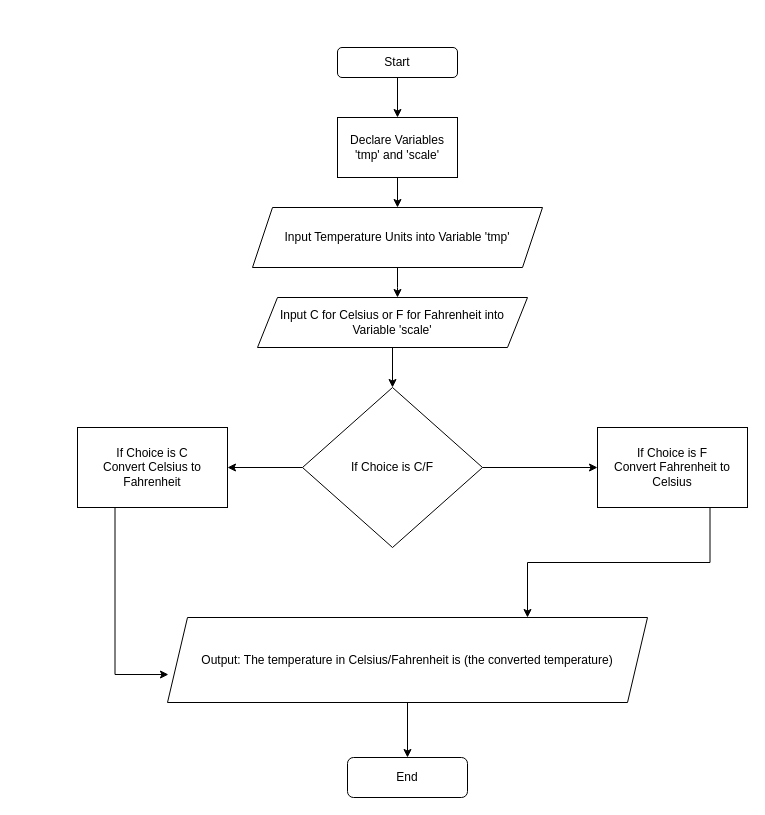
This is .drawio from anzonathan/C, a draw.io file, before an edit. Source tidied: cells renumbered, new cells numbered last; positions are measured from the earlier drawing's top-left corner, leaving out a move shared by most shapes. Both pictures are drawn from the tidied source at 100%, with x=0, y=0 at pixel (77, 47).
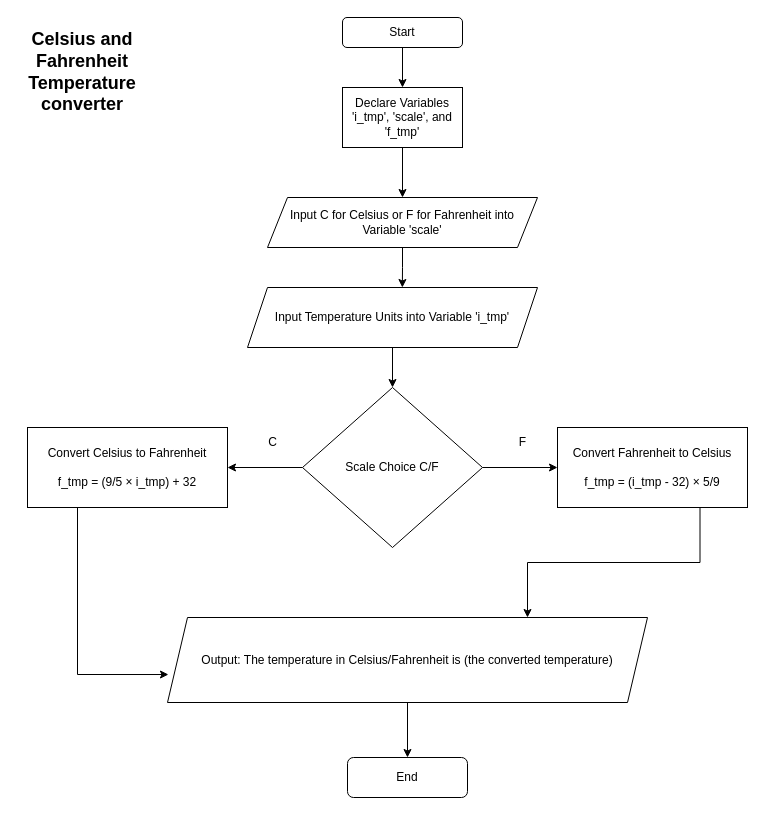
After the change.

Commit message:
Temp Converter.drawio

Diff of the diagram source:
```diff
@@
     <mxCell id="3" value="Start" style="rounded=1;whiteSpace=wrap;html=1;" parent="1" vertex="1">
-      <mxGeometry x="260" width="120" height="30" as="geometry" />
+      <mxGeometry x="265" y="-30" width="120" height="30" as="geometry" />
     </mxCell>
@@
+    <mxCell id="20" style="edgeStyle=orthogonalEdgeStyle;rounded=0;jettySize=auto;html=1;entryX=0.5;entryY=0;entryDx=0;entryDy=0;" parent="1" edge="1" source="5" target="10">
+      <mxGeometry relative="1" as="geometry" />
+    </mxCell>
-    <mxCell id="5" value="Input Temperature Units into Variable 'tmp' " style="shape=parallelogram;perimeter=parallelogramPerimeter;whiteSpace=wrap;html=1;fixedSize=1;" parent="1" vertex="1">
-      <mxGeometry x="175" y="160" width="290" height="60" as="geometry" />
+    <mxCell id="5" value="Input Temperature Units into Variable 'i_tmp' " style="shape=parallelogram;perimeter=parallelogramPerimeter;whiteSpace=wrap;html=1;fixedSize=1;" parent="1" vertex="1">
+      <mxGeometry x="170" y="240" width="290" height="60" as="geometry" />
     </mxCell>
-    <mxCell id="6" style="edgeStyle=orthogonalEdgeStyle;rounded=0;jettySize=auto;html=1;entryX=0.5;entryY=0;entryDx=0;entryDy=0;" parent="1" edge="1" source="7" target="10">
-      <mxGeometry relative="1" as="geometry" />
-    </mxCell>
     <mxCell id="7" value="Input C for Celsius or F for Fahrenheit into Variable 'scale' " style="shape=parallelogram;perimeter=parallelogramPerimeter;whiteSpace=wrap;html=1;fixedSize=1;" parent="1" vertex="1">
-      <mxGeometry x="180" y="250" width="270" height="50" as="geometry" />
+      <mxGeometry x="190" y="150" width="270" height="50" as="geometry" />
     </mxCell>
@@
-    <mxCell id="10" value="If Choice is C/F" style="rhombus;whiteSpace=wrap;html=1;" parent="1" vertex="1">
+    <mxCell id="10" value="Scale Choice C/F" style="rhombus;whiteSpace=wrap;html=1;" parent="1" vertex="1">
       <mxGeometry x="225" y="340" width="180" height="160" as="geometry" />
     </mxCell>
@@
-    <mxCell id="12" value="&lt;div&gt;If Choice is C&lt;/div&gt;&lt;div&gt;Convert Celsius to Fahrenheit&lt;br&gt;&lt;/div&gt;" style="rounded=0;whiteSpace=wrap;html=1;" parent="1" vertex="1">
-      <mxGeometry y="380" width="150" height="80" as="geometry" />
+    <mxCell id="12" value="&lt;div&gt;Convert Celsius to Fahrenheit&lt;/div&gt;&lt;div&gt;&lt;br&gt;&lt;/div&gt;&lt;div&gt;&lt;span lang=&quot;en&quot; class=&quot;BxUVEf ILfuVd&quot;&gt;&lt;span class=&quot;hgKElc&quot;&gt;f_tmp = (9/5 × i_tmp) + 32&lt;/span&gt;&lt;/span&gt;&lt;/div&gt;" style="rounded=0;whiteSpace=wrap;html=1;" parent="1" vertex="1">
+      <mxGeometry x="-50" y="380" width="200" height="80" as="geometry" />
     </mxCell>
@@
-    <mxCell id="14" value="&lt;div&gt;If Choice is F&lt;br&gt;&lt;/div&gt;&lt;div&gt;Convert Fahrenheit to Celsius&lt;br&gt;&lt;/div&gt;" style="rounded=0;whiteSpace=wrap;html=1;" parent="1" vertex="1">
-      <mxGeometry x="520" y="380" width="150" height="80" as="geometry" />
+    <mxCell id="14" value="&lt;div&gt;Convert Fahrenheit to Celsius&lt;/div&gt;&lt;div&gt;&lt;br&gt;&lt;/div&gt;&lt;div&gt;f_tmp = (i_tmp - 32) × 5/9&lt;/div&gt;" style="rounded=0;whiteSpace=wrap;html=1;" parent="1" vertex="1">
+      <mxGeometry x="480" y="380" width="190" height="80" as="geometry" />
     </mxCell>
@@
-    <mxCell id="16" value="Output: The temperature in Celsius/Fahrenheit is (the converted temperature)" style="shape=parallelogram;perimeter=parallelogramPerimeter;whiteSpace=wrap;html=1;fixedSize=1;" parent="1" vertex="1">
+    <mxCell id="16" value="Output: The temperature in Celsius/Fahrenheit is (the converted temperature) " style="shape=parallelogram;perimeter=parallelogramPerimeter;whiteSpace=wrap;html=1;fixedSize=1;" parent="1" vertex="1">
       <mxGeometry x="90" y="570" width="480" height="85" as="geometry" />
     </mxCell>
-    <mxCell id="17" style="edgeStyle=orthogonalEdgeStyle;rounded=0;jettySize=auto;html=1;" parent="1" edge="1" source="5">
-      <mxGeometry relative="1" as="geometry">
-        <mxPoint x="320" y="250" as="targetPoint" />
-      </mxGeometry>
-    </mxCell>
-    <mxCell id="18" style="edgeStyle=orthogonalEdgeStyle;rounded=0;jettySize=auto;html=1;entryX=0.5;entryY=0;entryDx=0;entryDy=0;" parent="1" edge="1" source="19" target="5">
-      <mxGeometry relative="1" as="geometry" />
-    </mxCell>
+    <mxCell id="21" style="edgeStyle=orthogonalEdgeStyle;rounded=0;jettySize=auto;html=1;entryX=0.5;entryY=0;entryDx=0;entryDy=0;" parent="1" edge="1" source="19" target="7">
+      <mxGeometry relative="1" as="geometry" />
+    </mxCell>
-    <mxCell id="19" value="Declare Variables 'tmp' and 'scale'" style="rounded=0;whiteSpace=wrap;html=1;" parent="1" vertex="1">
-      <mxGeometry x="260" y="70" width="120" height="60" as="geometry" />
+    <mxCell id="19" value="Declare Variables 'i_tmp', 'scale', and 'f_tmp'" style="rounded=0;whiteSpace=wrap;html=1;" parent="1" vertex="1">
+      <mxGeometry x="265" y="40" width="120" height="60" as="geometry" />
     </mxCell>
+    <mxCell id="22" value="C" style="text;html=1;align=center;verticalAlign=middle;strokeColor=none;fillColor=none;" parent="1" vertex="1">
+      <mxGeometry x="180" y="380" width="30" height="30" as="geometry" />
+    </mxCell>
+    <mxCell id="23" value="F" style="text;html=1;align=center;verticalAlign=middle;strokeColor=none;fillColor=none;" parent="1" vertex="1">
+      <mxGeometry x="430" y="380" width="30" height="30" as="geometry" />
+    </mxCell>
+    <mxCell id="24" style="edgeStyle=orthogonalEdgeStyle;rounded=0;jettySize=auto;html=1;entryX=0.534;entryY=0;entryDx=0;entryDy=0;entryPerimeter=0;" parent="1" edge="1" source="7" target="5">
+      <mxGeometry relative="1" as="geometry" />
+    </mxCell>
+    <mxCell id="25" value="&lt;b&gt;&lt;font style=&quot;font-size: 18px;&quot;&gt;Celsius and Fahrenheit Temperature converter&lt;/font&gt;&lt;/b&gt;" style="text;html=1;align=center;verticalAlign=middle;whiteSpace=wrap;rounded=0;" parent="1" vertex="1">
+      <mxGeometry x="-60" y="-20" width="130" height="90" as="geometry" />
+    </mxCell>
```
